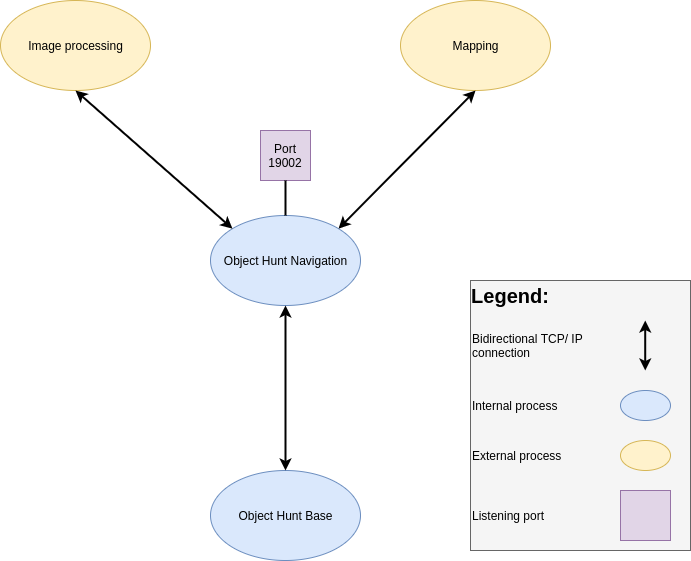
Before: software_structure.png, a diagram exported from draw.io (Teawolf-beep/Teawolf-beep.github.io). Source tidied: cells renumbered, new cells last; positions are measured from the earlier drawing's top-left corner, leaving out a move shared by most shapes.
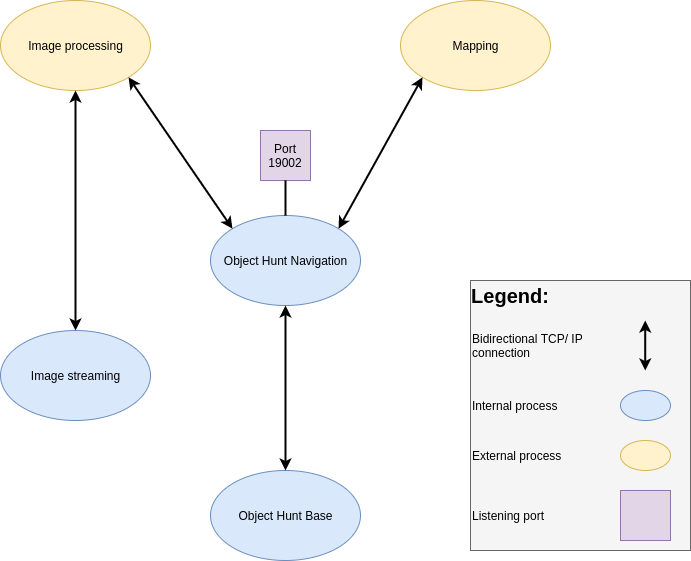
Above is the later version.

What changed in the source:
```diff
@@ -29,10 +29,10 @@
     <mxCell id="10" value="&lt;b&gt;&lt;font style=&quot;font-size: 20px&quot;&gt;Legend:&lt;/font&gt;&lt;/b&gt;" style="text;html=1;strokeColor=none;fillColor=none;align=center;verticalAlign=middle;whiteSpace=wrap;rounded=0;" parent="1" vertex="1">
       <mxGeometry x="470" y="285" width="80" height="20" as="geometry" />
     </mxCell>
-    <mxCell id="11" style="endArrow=classic;startArrow=classic;html=1;entryX=0.5;entryY=1;entryDx=0;entryDy=0;exitX=1;exitY=0;exitDx=0;exitDy=0;strokeWidth=2;" parent="1" edge="1" source="3" target="8">
+    <mxCell id="11" style="endArrow=classic;startArrow=classic;html=1;entryX=0;entryY=1;entryDx=0;entryDy=0;exitX=1;exitY=0;exitDx=0;exitDy=0;strokeWidth=2;" parent="1" edge="1" source="3" target="8">
       <mxGeometry relative="1" as="geometry" />
     </mxCell>
-    <mxCell id="12" style="endArrow=classic;startArrow=classic;html=1;entryX=0.5;entryY=1;entryDx=0;entryDy=0;exitX=0;exitY=0;exitDx=0;exitDy=0;strokeWidth=2;" parent="1" edge="1" source="3" target="7">
+    <mxCell id="12" style="endArrow=classic;startArrow=classic;html=1;entryX=1;entryY=1;entryDx=0;entryDy=0;exitX=0;exitY=0;exitDx=0;exitDy=0;strokeWidth=2;" parent="1" edge="1" source="3" target="7">
       <mxGeometry relative="1" as="geometry" />
     </mxCell>
     <mxCell id="13" style="shape=ellipse;html=1;dashed=0;whitespace=wrap;perimeter=ellipsePerimeter;fillColor=#dae8fc;strokeColor=#6c8ebf;" parent="1" vertex="1">
@@ -62,5 +62,11 @@
     <mxCell id="20" value="&lt;font style=&quot;font-size: 12px&quot;&gt;Listening port&lt;/font&gt;" style="text;html=1;strokeColor=none;fillColor=none;align=left;verticalAlign=middle;whiteSpace=wrap;rounded=0;" parent="1" vertex="1">
       <mxGeometry x="470" y="505" width="170" height="20" as="geometry" />
     </mxCell>
+    <mxCell id="21" value="Image streaming" style="shape=ellipse;html=1;dashed=0;whitespace=wrap;perimeter=ellipsePerimeter;fillColor=#dae8fc;strokeColor=#6c8ebf;" parent="1" vertex="1">
+      <mxGeometry y="330" width="150" height="90" as="geometry" />
+    </mxCell>
+    <mxCell id="22" style="endArrow=classic;startArrow=classic;html=1;entryX=0.5;entryY=1;entryDx=0;entryDy=0;exitX=0.5;exitY=0;exitDx=0;exitDy=0;strokeWidth=2;" parent="1" edge="1" source="21" target="7">
+      <mxGeometry relative="1" as="geometry" />
+    </mxCell>
   </root>
 </mxGraphModel>
```
